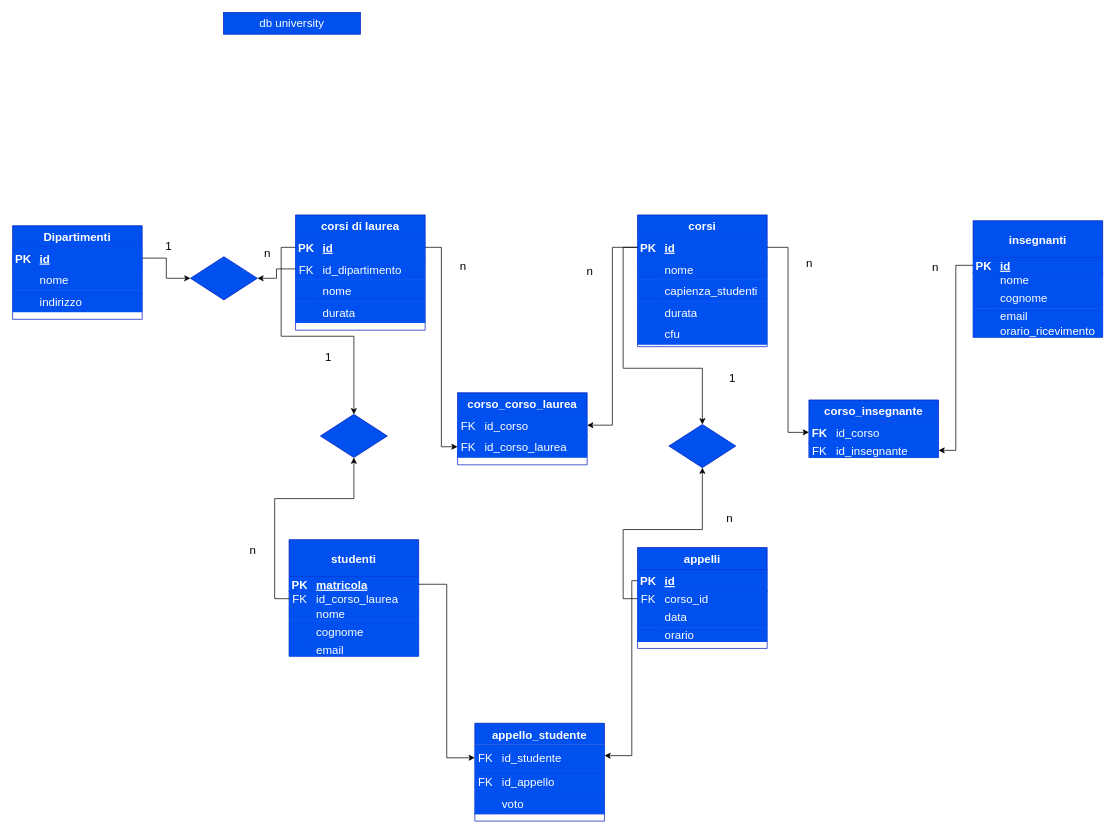
Before: db-university.drawio in Amreal-Lamanera/db-university, a draw.io diagram. Source tidied: cells renumbered, new cells numbered last; positions are measured from the earlier drawing's top-left corner, leaving out a move shared by most shapes. Both pictures are drawn from the tidied source at 72%, with x=0, y=0 at pixel (12, 12).
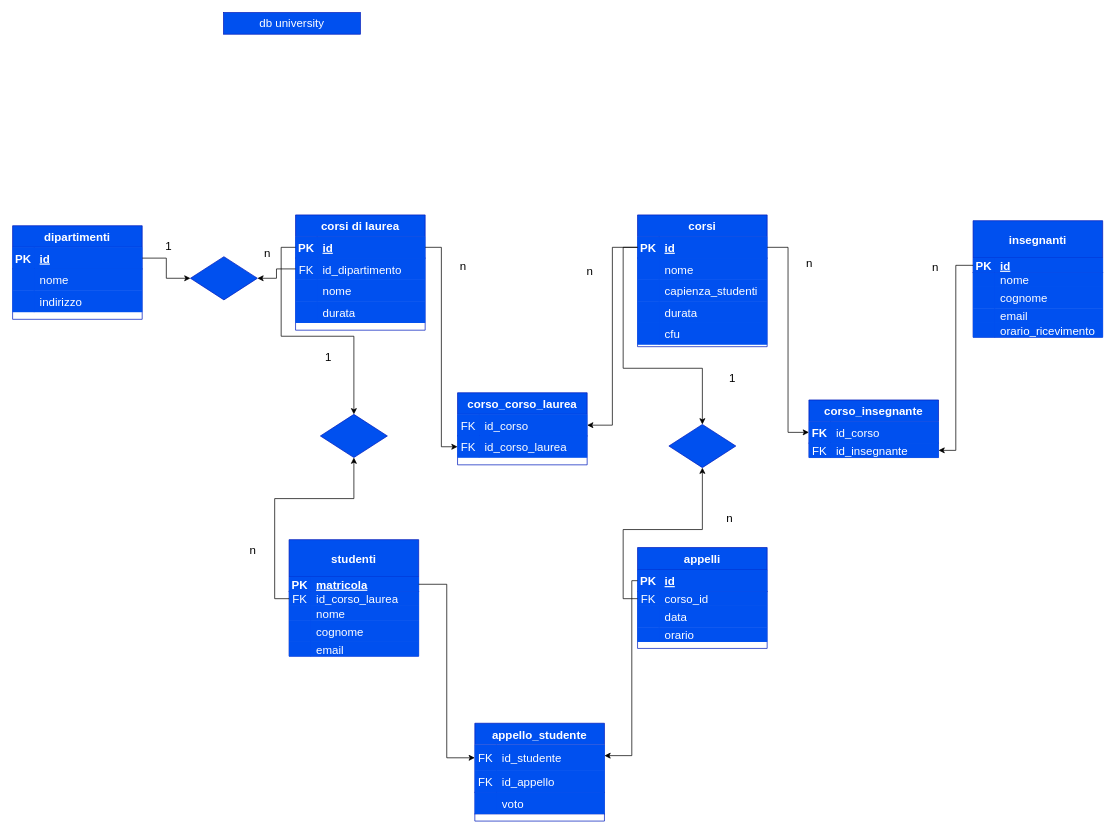
After the change.

Diff of the diagram source:
```diff
@@
-    <mxCell id="2" value="Dipartimenti" style="shape=table;startSize=30;childLayout=tableLayout;rowLines=0;fontStyle=1;align=center;fontSize=16;fillColor=#0050ef;fontColor=#ffffff;strokeColor=#001DBC;" parent="1" vertex="1">
+    <mxCell id="2" value="dipartimenti" style="shape=table;startSize=30;childLayout=tableLayout;rowLines=0;fontStyle=1;align=center;fontSize=16;fillColor=#0050ef;fontColor=#ffffff;strokeColor=#001DBC;" parent="1" vertex="1">
       <mxGeometry y="296" width="180" height="130" as="geometry" />
     </mxCell>
```
